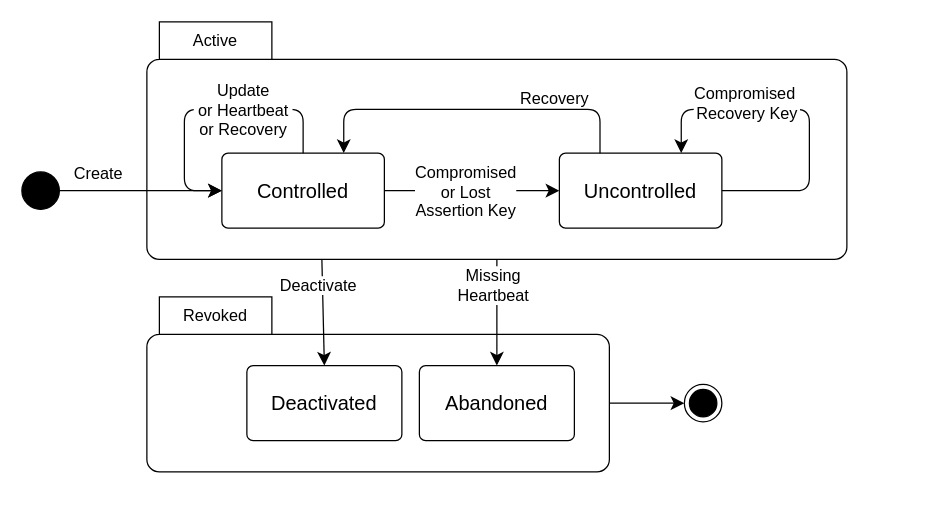
Earlier version of the draw.io diagram diagrams/did-cel-log-lifecycle.drawio (w3c-ccg/did-cel-spec). Source tidied: cells renumbered, new cells numbered last; positions are measured from the earlier drawing's top-left corner, leaving out a move shared by most shapes. Both pictures are drawn from the tidied source at 125%, with x=0, y=0 at pixel (21, 21).
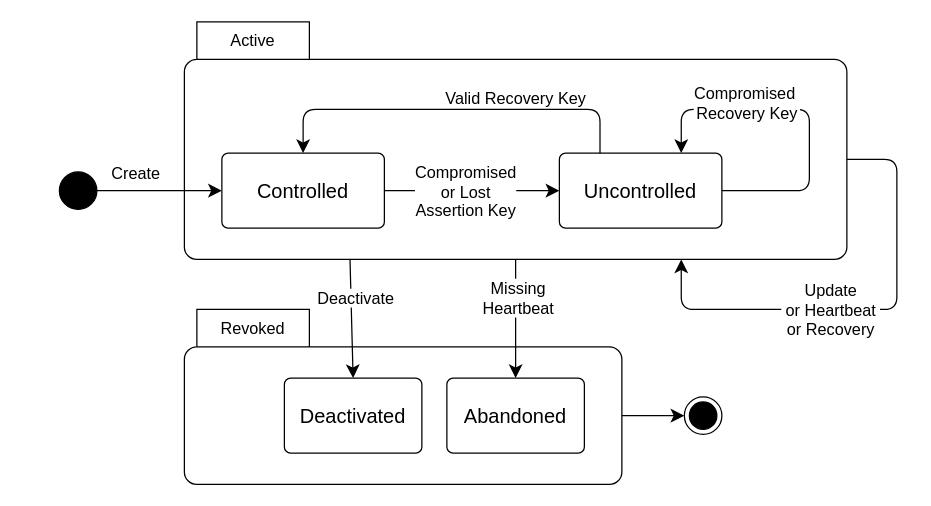
After the change.

Commit message (it also covers changes not shown here):
Fix CEL lifecycle active state events

The change refers to these unchanged cells:
```xml
<mxCell id="9" value="Controlled" style="html=1;align=center;verticalAlign=middle;rounded=1;absoluteArcSize=1;arcSize=10;dashed=0;whiteSpace=wrap;fontSize=16;gradientColor=none;strokeColor=default;fillColor=none;imageWidth=24;" parent="1" vertex="1">
  <mxGeometry x="160" y="105" width="130" height="60" as="geometry" />
</mxCell>
<mxCell id="12" value="Uncontrolled" style="html=1;align=center;verticalAlign=middle;rounded=1;absoluteArcSize=1;arcSize=10;whiteSpace=wrap;fontSize=16;gradientColor=none;strokeColor=default;fillColor=none;" parent="1" vertex="1">
  <mxGeometry x="430" y="105" width="130" height="60" as="geometry" />
</mxCell>
```

Diff of the diagram source:
```diff
@@
     <mxCell id="2" value="&lt;font style=&quot;font-size: 13px;&quot;&gt;Revoked&lt;/font&gt;" style="shape=folder;align=center;verticalAlign=middle;fontStyle=0;tabWidth=100;tabHeight=30;tabPosition=left;html=1;boundedLbl=1;labelInHeader=1;rounded=1;absoluteArcSize=1;arcSize=10;whiteSpace=wrap;fillColor=none;" parent="1" vertex="1">
-      <mxGeometry x="100" y="220" width="370" height="140" as="geometry" />
+      <mxGeometry x="130" y="230" width="350" height="140" as="geometry" />
     </mxCell>
     <mxCell id="3" value="&lt;font style=&quot;font-size: 13px;&quot;&gt;Active&lt;/font&gt;" style="shape=folder;align=center;verticalAlign=middle;fontStyle=0;tabWidth=100;tabHeight=30;tabPosition=left;html=1;boundedLbl=1;labelInHeader=1;rounded=1;absoluteArcSize=1;arcSize=10;whiteSpace=wrap;fillColor=none;" parent="1" vertex="1">
-      <mxGeometry x="100" width="560" height="190" as="geometry" />
+      <mxGeometry x="130" width="530" height="190" as="geometry" />
     </mxCell>
@@
     <mxCell id="5" style="ellipse;fillColor=strokeColor;html=1;rounded=1;" parent="1" vertex="1">
-      <mxGeometry y="120" width="30" height="30" as="geometry" />
+      <mxGeometry x="30" y="120" width="30" height="30" as="geometry" />
     </mxCell>
@@
     <mxCell id="10" value="Abandoned" style="html=1;align=center;verticalAlign=middle;rounded=1;absoluteArcSize=1;arcSize=10;whiteSpace=wrap;fontSize=16;gradientColor=none;strokeColor=default;fillColor=none;" parent="1" vertex="1">
-      <mxGeometry x="318" y="275" width="124" height="60" as="geometry" />
+      <mxGeometry x="340" y="285" width="110" height="60" as="geometry" />
     </mxCell>
@@
-    <mxCell id="13" style="edgeStyle=none;curved=1;rounded=1;jettySize=auto;html=1;fontSize=12;startSize=8;endSize=8;exitX=0;exitY=0;exitDx=370;exitDy=85;exitPerimeter=0;" parent="1" edge="1" source="2" target="15">
+    <mxCell id="13" style="edgeStyle=none;curved=1;rounded=1;jettySize=auto;html=1;fontSize=12;startSize=8;endSize=8;exitX=0;exitY=0;exitDx=350;exitDy=85;exitPerimeter=0;" parent="1" edge="1" source="2" target="15">
       <mxGeometry relative="1" as="geometry" />
     </mxCell>
     <mxCell id="14" value="Deactivated" style="html=1;align=center;verticalAlign=middle;rounded=1;absoluteArcSize=1;arcSize=10;dashed=0;whiteSpace=wrap;fontSize=16;glass=0;shadow=0;fillColor=none;" parent="1" vertex="1">
-      <mxGeometry x="180" y="275" width="124" height="60" as="geometry" />
+      <mxGeometry x="210" y="285" width="110" height="60" as="geometry" />
     </mxCell>
     <mxCell id="15" style="ellipse;html=1;shape=endState;fillColor=strokeColor;rounded=1;" parent="1" vertex="1">
-      <mxGeometry x="530" y="290" width="30" height="30" as="geometry" />
+      <mxGeometry x="530" y="300" width="30" height="30" as="geometry" />
     </mxCell>
-    <mxCell id="16" style="edgeStyle=orthogonalEdgeStyle;rounded=1;jettySize=auto;html=1;entryX=0.75;entryY=0;entryDx=0;entryDy=0;fontSize=12;startSize=8;endSize=8;exitX=0.25;exitY=0;exitDx=0;exitDy=0;" parent="1" edge="1" source="12" target="9">
+    <mxCell id="16" style="edgeStyle=orthogonalEdgeStyle;rounded=1;jettySize=auto;html=1;entryX=0.5;entryY=0;entryDx=0;entryDy=0;fontSize=12;startSize=8;endSize=8;exitX=0.25;exitY=0;exitDx=0;exitDy=0;" parent="1" edge="1" source="12" target="9">
       <mxGeometry relative="1" as="geometry">
         <Array as="points">
           <mxPoint x="463" y="70" />
-          <mxPoint x="258" y="70" />
+          <mxPoint x="225" y="70" />
         </Array>
       </mxGeometry>
     </mxCell>
-    <mxCell id="17" value="&lt;font style=&quot;font-size: 13px;&quot;&gt;Recovery&lt;/font&gt;" style="edgeLabel;html=1;align=center;verticalAlign=middle;fontSize=12;rounded=1;" parent="16" vertex="1">
+    <mxCell id="17" value="&lt;font style=&quot;font-size: 13px;&quot;&gt;Valid Recovery Key&lt;/font&gt;" style="edgeLabel;html=1;align=center;verticalAlign=middle;fontSize=12;rounded=1;" parent="16" vertex="1">
       <mxGeometry x="-0.06" y="2" relative="1" as="geometry">
-        <mxPoint x="57" y="-12" as="offset" />
+        <mxPoint x="42" y="-12" as="offset" />
       </mxGeometry>
     </mxCell>
     <mxCell id="18" value="&lt;span style=&quot;font-size: 13px;&quot;&gt;Missing&lt;/span&gt;&lt;div&gt;&lt;span style=&quot;font-size: 13px;&quot;&gt;Heartbeat&lt;/span&gt;&lt;/div&gt;" style="edgeLabel;html=1;align=center;verticalAlign=middle;fontSize=12;rounded=1;labelBackgroundColor=default;" parent="1" vertex="1">
-      <mxGeometry x="400" y="210" as="geometry">
+      <mxGeometry x="420" y="220" as="geometry">
         <mxPoint x="-24" as="offset" />
       </mxGeometry>
     </mxCell>
-    <mxCell id="19" style="edgeStyle=orthogonalEdgeStyle;rounded=1;orthogonalLoop=1;jettySize=auto;html=1;exitX=0.5;exitY=0;exitDx=0;exitDy=0;entryX=0;entryY=0.5;entryDx=0;entryDy=0;fontSize=12;startSize=8;endSize=8;" parent="1" edge="1" source="9" target="9">
+    <mxCell id="19" style="edgeStyle=orthogonalEdgeStyle;rounded=1;jettySize=auto;html=1;entryX=0.75;entryY=1;entryDx=0;entryDy=0;fontSize=12;startSize=8;endSize=8;entryPerimeter=0;" parent="1" edge="1" target="3">
       <mxGeometry relative="1" as="geometry">
+        <mxPoint x="660" y="110" as="sourcePoint" />
         <Array as="points">
-          <mxPoint x="225" y="70" />
-          <mxPoint x="130" y="70" />
-          <mxPoint x="130" y="135" />
+          <mxPoint x="700" y="110" />
+          <mxPoint x="700" y="230" />
+          <mxPoint x="528" y="230" />
         </Array>
       </mxGeometry>
     </mxCell>
     <mxCell id="20" value="&lt;span style=&quot;font-size: 13px;&quot;&gt;Deactivate&lt;/span&gt;" style="edgeLabel;html=1;align=center;verticalAlign=middle;fontSize=12;rounded=1;" parent="1" vertex="1">
-      <mxGeometry x="260" y="210" as="geometry">
+      <mxGeometry x="290" y="220" as="geometry">
         <mxPoint x="-24" as="offset" />
       </mxGeometry>
     </mxCell>
     <mxCell id="21" value="&lt;font style=&quot;font-size: 13px;&quot;&gt;Create&lt;/font&gt;" style="edgeLabel;html=1;align=center;verticalAlign=middle;fontSize=12;rounded=1;" parent="1" vertex="1">
-      <mxGeometry x="60" y="120" as="geometry" />
+      <mxGeometry x="90" y="120" as="geometry" />
     </mxCell>
-    <mxCell id="22" value="&lt;span style=&quot;font-size: 13px;&quot;&gt;Update&lt;/span&gt;&lt;br&gt;&lt;div&gt;&lt;span style=&quot;font-size: 13px;&quot;&gt;&amp;nbsp;or Heartbeat&amp;nbsp;&lt;br&gt;&amp;nbsp;or Recovery&amp;nbsp;&lt;/span&gt;&lt;/div&gt;" style="edgeLabel;html=1;align=center;verticalAlign=middle;fontSize=12;rounded=1;" parent="1" vertex="1">
-      <mxGeometry x="200" y="70" as="geometry">
+    <mxCell id="22" value="&lt;span style=&quot;font-size: 13px;&quot;&gt;Update&lt;/span&gt;&lt;br&gt;&lt;div&gt;&lt;span style=&quot;font-size: 13px;&quot;&gt;&amp;nbsp;or Heartbeat&amp;nbsp;&lt;br&gt;&lt;/span&gt;&lt;/div&gt;&lt;div&gt;&lt;span style=&quot;font-size: 13px;&quot;&gt;or Recovery&lt;/span&gt;&lt;/div&gt;" style="edgeLabel;html=1;align=center;verticalAlign=middle;fontSize=12;rounded=1;" parent="1" vertex="1">
+      <mxGeometry x="670" y="230" as="geometry">
         <mxPoint x="-24" as="offset" />
       </mxGeometry>
     </mxCell>
```
